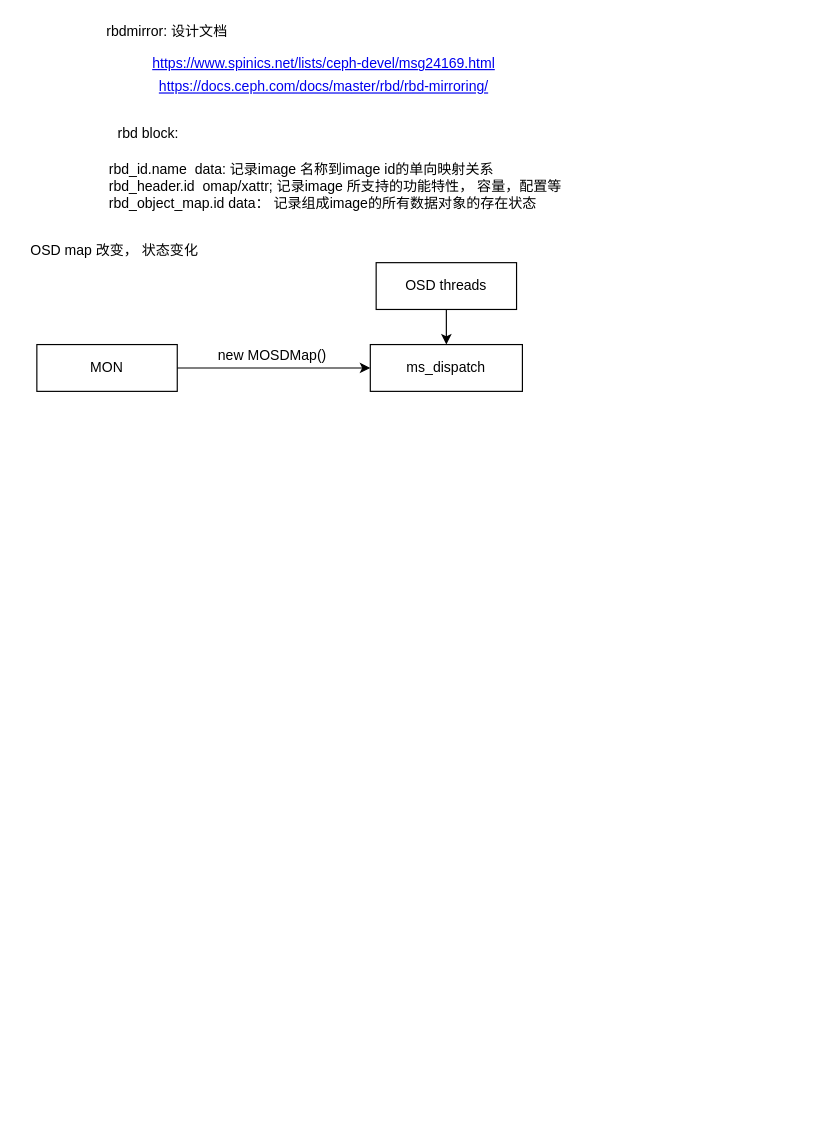
Earlier version of the draw.io diagram page "osd pg transaction" (4 of 5) of Untitled Diagram.drawio (ChenFanTony/ceph-diagrams). Source tidied: cells renumbered, new cells numbered last; positions are measured from the earlier drawing's top-left corner, leaving out a move shared by most shapes. Both pictures are drawn from the tidied source at 117%, with x=0, y=0 at pixel (20, 20).
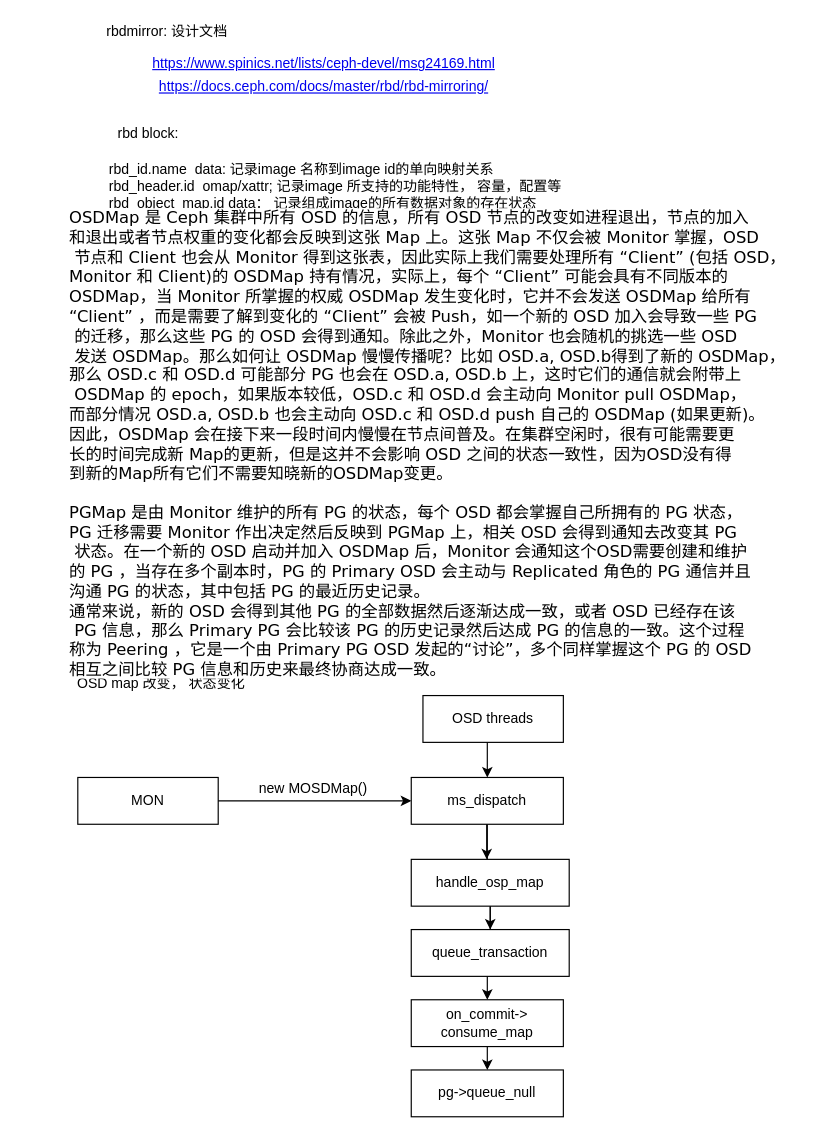
The same diagram, later.

What changed in the source:
```diff
@@
+    <mxCell id="14" style="edgeStyle=orthogonalEdgeStyle;rounded=0;jettySize=auto;html=1;entryX=0.5;entryY=0;entryDx=0;entryDy=0;" parent="1" edge="1" source="7" target="20">
+      <mxGeometry relative="1" as="geometry" />
+    </mxCell>
     <mxCell id="7" value="ms_dispatch" style="rounded=0;whiteSpace=wrap;html=1;" parent="1" vertex="1">
-      <mxGeometry x="299" y="277" width="130" height="40" as="geometry" />
+      <mxGeometry x="334" y="647" width="130" height="40" as="geometry" />
     </mxCell>
+    <mxCell id="15" style="edgeStyle=orthogonalEdgeStyle;rounded=0;jettySize=auto;html=1;exitX=0.5;exitY=1;exitDx=0;exitDy=0;entryX=0.5;entryY=0;entryDx=0;entryDy=0;" parent="1" edge="1" source="16" target="21">
+      <mxGeometry relative="1" as="geometry" />
+    </mxCell>
+    <mxCell id="16" value="on_commit-&amp;gt; consume_map" style="rounded=0;whiteSpace=wrap;html=1;" parent="1" vertex="1">
+      <mxGeometry x="334" y="837" width="130" height="40" as="geometry" />
+    </mxCell>
     <mxCell id="8" value="MON" style="rounded=0;whiteSpace=wrap;html=1;" parent="1" vertex="1">
-      <mxGeometry x="14" y="277" width="120" height="40" as="geometry" />
+      <mxGeometry x="49" y="647" width="120" height="40" as="geometry" />
     </mxCell>
     <mxCell id="9" value="OSD threads" style="rounded=0;whiteSpace=wrap;html=1;" parent="1" vertex="1">
-      <mxGeometry x="304" y="207" width="120" height="40" as="geometry" />
+      <mxGeometry x="344" y="577" width="120" height="40" as="geometry" />
     </mxCell>
@@
-    <mxCell id="11" style="endArrow=classic;html=1;exitX=0.5;exitY=1;exitDx=0;exitDy=0;entryX=0.5;entryY=0;entryDx=0;entryDy=0;" parent="1" edge="1" source="9" target="7">
-      <mxGeometry relative="1" as="geometry" />
+    <mxCell id="11" style="endArrow=classic;html=1;exitX=0.5;exitY=1;exitDx=0;exitDy=0;entryX=0.5;entryY=0;entryDx=0;entryDy=0;" parent="1" edge="1" target="7">
+      <mxGeometry relative="1" as="geometry">
+        <mxPoint x="399" y="617" as="sourcePoint" />
+      </mxGeometry>
     </mxCell>
     <mxCell id="12" value="new MOSDMap()" style="text;html=1;align=center;verticalAlign=middle;" parent="1" vertex="1">
-      <mxGeometry x="160" y="277" width="110" height="20" as="geometry" />
+      <mxGeometry x="195" y="647" width="110" height="20" as="geometry" />
     </mxCell>
     <mxCell id="13" value="OSD map 改变， 状态变化" style="text;html=1;align=center;verticalAlign=middle;" parent="1" vertex="1">
-      <mxGeometry y="187" width="160" height="20" as="geometry" />
+      <mxGeometry x="40" y="557" width="160" height="20" as="geometry" />
     </mxCell>
+    <mxCell id="17" style="edgeStyle=orthogonalEdgeStyle;rounded=0;jettySize=auto;html=1;" parent="1" edge="1" source="18" target="16">
+      <mxGeometry relative="1" as="geometry" />
+    </mxCell>
+    <mxCell id="18" value="handle_osp_map" style="rounded=0;whiteSpace=wrap;html=1;" parent="1" vertex="1">
+      <mxGeometry x="334" y="717" width="135" height="40" as="geometry" />
+    </mxCell>
+    <mxCell id="19" style="endArrow=classic;html=1;exitX=0.5;exitY=1;exitDx=0;exitDy=0;entryX=0.5;entryY=0;entryDx=0;entryDy=0;" parent="1" edge="1">
+      <mxGeometry relative="1" as="geometry">
+        <mxPoint x="398.5" y="687" as="sourcePoint" />
+        <mxPoint x="398.5" y="717" as="targetPoint" />
+      </mxGeometry>
+    </mxCell>
+    <mxCell id="20" value="queue_transaction" style="rounded=0;whiteSpace=wrap;html=1;" parent="1" vertex="1">
+      <mxGeometry x="334" y="777" width="135" height="40" as="geometry" />
+    </mxCell>
+    <mxCell id="21" value="pg-&amp;gt;queue_null" style="rounded=0;whiteSpace=wrap;html=1;" parent="1" vertex="1">
+      <mxGeometry x="334" y="897" width="130" height="40" as="geometry" />
+    </mxCell>
+    <mxCell id="22" value="&lt;div style=&quot;font-size: 14px&quot;&gt;&lt;font style=&quot;font-size: 14px&quot; face=&quot;Verdana&quot;&gt;&lt;span style=&quot;background-color: rgb(255 , 255 , 255)&quot;&gt;OSDMap 是 Ceph 集群中所有 OSD 的信息，所有 OSD 节点的改变如进程退出，节点的加入&lt;/span&gt;&lt;br&gt;&lt;/font&gt;&lt;/div&gt;&lt;div style=&quot;font-size: 14px&quot;&gt;&lt;span style=&quot;background-color: rgb(255 , 255 , 255)&quot;&gt;&lt;font face=&quot;Verdana&quot; style=&quot;font-size: 14px&quot;&gt;和退出或者节点权重的变化都会反映到这张 Map 上。这张 Map 不仅会被 Monitor 掌握，OSD&lt;/font&gt;&lt;/span&gt;&lt;/div&gt;&lt;div style=&quot;font-size: 14px&quot;&gt;&lt;span style=&quot;background-color: rgb(255 , 255 , 255)&quot;&gt;&lt;font face=&quot;Verdana&quot; style=&quot;font-size: 14px&quot;&gt;&amp;nbsp;节点和 Client 也会从 Monitor 得到这张表，因此实际上我们需要处理所有 “Client” (包括 OSD，&lt;/font&gt;&lt;/span&gt;&lt;/div&gt;&lt;div style=&quot;font-size: 14px&quot;&gt;&lt;span style=&quot;background-color: rgb(255 , 255 , 255)&quot;&gt;&lt;font face=&quot;Verdana&quot; style=&quot;font-size: 14px&quot;&gt;Monitor 和 Client)的 OSDMap 持有情况，实际上，每个 “Client” 可能会具有不同版本的&amp;nbsp;&lt;/font&gt;&lt;/span&gt;&lt;/div&gt;&lt;div style=&quot;font-size: 14px&quot;&gt;&lt;span style=&quot;background-color: rgb(255 , 255 , 255)&quot;&gt;&lt;font face=&quot;Verdana&quot; style=&quot;font-size: 14px&quot;&gt;OSDMap，当 Monitor 所掌握的权威 OSDMap 发生变化时，它并不会发送 OSDMap 给所有&amp;nbsp;&lt;/font&gt;&lt;/span&gt;&lt;/div&gt;&lt;div style=&quot;font-size: 14px&quot;&gt;&lt;span style=&quot;background-color: rgb(255 , 255 , 255)&quot;&gt;&lt;font face=&quot;Verdana&quot; style=&quot;font-size: 14px&quot;&gt;“Client” ，而是需要了解到变化的 “Client” 会被 Push，如一个新的 OSD 加入会导致一些 PG&lt;/font&gt;&lt;/span&gt;&lt;/div&gt;&lt;div style=&quot;font-size: 14px&quot;&gt;&lt;span style=&quot;background-color: rgb(255 , 255 , 255)&quot;&gt;&lt;font face=&quot;Verdana&quot; style=&quot;font-size: 14px&quot;&gt;&amp;nbsp;的迁移，那么这些 PG 的 OSD 会得到通知。除此之外，Monitor 也会随机的挑选一些 OSD&lt;/font&gt;&lt;/span&gt;&lt;/div&gt;&lt;div style=&quot;font-size: 14px&quot;&gt;&lt;span style=&quot;background-color: rgb(255 , 255 , 255)&quot;&gt;&lt;font face=&quot;Verdana&quot; style=&quot;font-size: 14px&quot;&gt;&amp;nbsp;发送 OSDMap。那么如何让 OSDMap 慢慢传播呢？比如 OSD.a, OSD.b得到了新的 OSDMap，&lt;/font&gt;&lt;/span&gt;&lt;/div&gt;&lt;div style=&quot;font-size: 14px&quot;&gt;&lt;span style=&quot;background-color: rgb(255 , 255 , 255)&quot;&gt;&lt;font face=&quot;Verdana&quot; style=&quot;font-size: 14px&quot;&gt;那么 OSD.c 和 OSD.d 可能部分 PG 也会在 OSD.a, OSD.b 上，这时它们的通信就会附带上&lt;/font&gt;&lt;/span&gt;&lt;/div&gt;&lt;div style=&quot;font-size: 14px&quot;&gt;&lt;span style=&quot;background-color: rgb(255 , 255 , 255)&quot;&gt;&lt;font face=&quot;Verdana&quot; style=&quot;font-size: 14px&quot;&gt;&amp;nbsp;OSDMap 的 epoch，如果版本较低，OSD.c 和 OSD.d 会主动向 Monitor pull OSDMap，&lt;/font&gt;&lt;/span&gt;&lt;/div&gt;&lt;div style=&quot;font-size: 14px&quot;&gt;&lt;span style=&quot;background-color: rgb(255 , 255 , 255)&quot;&gt;&lt;font face=&quot;Verdana&quot; style=&quot;font-size: 14px&quot;&gt;而部分情况 OSD.a, OSD.b 也会主动向 OSD.c 和 OSD.d push 自己的 OSDMap (如果更新)。&lt;/font&gt;&lt;/span&gt;&lt;/div&gt;&lt;div style=&quot;font-size: 14px&quot;&gt;&lt;span style=&quot;background-color: rgb(255 , 255 , 255)&quot;&gt;&lt;font face=&quot;Verdana&quot; style=&quot;font-size: 14px&quot;&gt;因此，OSDMap 会在接下来一段时间内慢慢在节点间普及。在集群空闲时，很有可能需要更&lt;/font&gt;&lt;/span&gt;&lt;/div&gt;&lt;div style=&quot;font-size: 14px&quot;&gt;&lt;span style=&quot;background-color: rgb(255 , 255 , 255)&quot;&gt;&lt;font face=&quot;Verdana&quot; style=&quot;font-size: 14px&quot;&gt;长的时间完成新 Map的更新，但是这并不会影响 OSD 之间的状态一致性，因为OSD没有得&lt;/font&gt;&lt;/span&gt;&lt;/div&gt;&lt;div style=&quot;font-size: 14px&quot;&gt;&lt;font face=&quot;Verdana&quot; style=&quot;font-size: 14px&quot;&gt;&lt;span style=&quot;background-color: rgb(255 , 255 , 255)&quot;&gt;到新的Map所有它们不需要知晓新的OSDMap变更。&lt;/span&gt;&lt;span style=&quot;background-color: rgb(255 , 255 , 255)&quot;&gt;&lt;br&gt;&lt;/span&gt;&lt;/font&gt;&lt;/div&gt;&lt;div style=&quot;font-size: 14px&quot;&gt;&lt;span style=&quot;background-color: rgb(255 , 255 , 255)&quot;&gt;&lt;font face=&quot;Verdana&quot; style=&quot;font-size: 14px&quot;&gt;&lt;br&gt;&lt;/font&gt;&lt;/span&gt;&lt;/div&gt;&lt;div style=&quot;font-size: 14px&quot;&gt;&lt;span style=&quot;background-color: rgb(255 , 255 , 255)&quot;&gt;&lt;font face=&quot;Verdana&quot; style=&quot;font-size: 14px&quot;&gt;PGMap 是由 Monitor 维护的所有 PG 的状态，每个 OSD 都会掌握自己所拥有的 PG 状态，&lt;/font&gt;&lt;/span&gt;&lt;/div&gt;&lt;span style=&quot;background-color: rgb(255 , 255 , 255) ; font-size: 14px&quot;&gt;&lt;font face=&quot;Verdana&quot; style=&quot;font-size: 14px&quot;&gt;PG 迁移需要 Monitor 作出决定然后反映到 PGMap 上，相关 OSD 会得到通知去改变其 PG&lt;br&gt;&amp;nbsp;状态。在一个新的 OSD 启动并加入 OSDMap 后，Monitor 会通知这个OSD需要创建和维护&lt;br&gt;的 PG ，当存在多个副本时，PG 的 Primary OSD 会主动与 Replicated 角色的 PG 通信并且&lt;br&gt;沟通 PG 的状态，其中包括 PG 的最近历史记录。&lt;br&gt;通常来说，新的 OSD 会得到其他 PG 的全部数据然后逐渐达成一致，或者 OSD 已经存在该&lt;br&gt;&amp;nbsp;PG 信息，那么 Primary PG 会比较该 PG 的历史记录然后达成 PG 的信息的一致。这个过程&lt;br&gt;称为 Peering ，它是一个由 Primary PG OSD 发起的“讨论”，多个同样掌握这个 PG 的 OSD &lt;br&gt;相互之间比较 PG 信息和历史来最终协商达成一致。&lt;/font&gt;&lt;/span&gt;" style="text;html=1;align=left;verticalAlign=middle;" parent="1" vertex="1">
+      <mxGeometry x="40" y="187" width="630" height="350" as="geometry" />
+    </mxCell>
```
